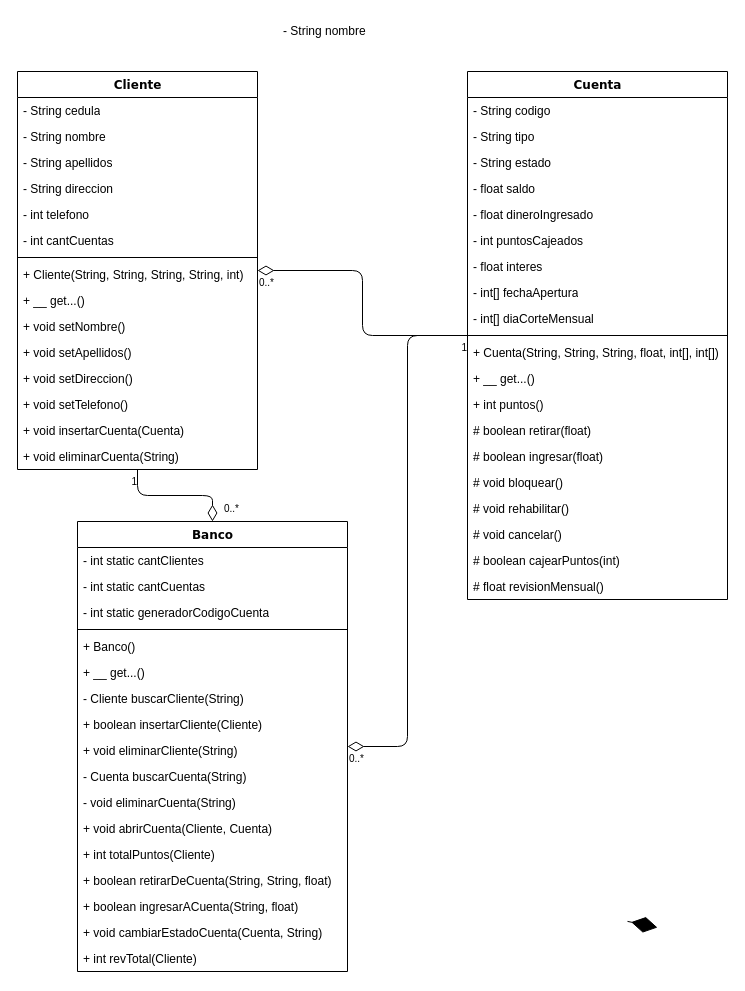
Above: TareaUno/diagrama.drawio in 20170945/ST-ISC-212 (draw.io), before the change. Source tidied: cells renumbered, new cells numbered last; positions are measured from the earlier drawing's top-left corner, leaving out a move shared by most shapes. Both pictures are drawn from the tidied source at 100%, with x=0, y=0 at pixel (17, 17).
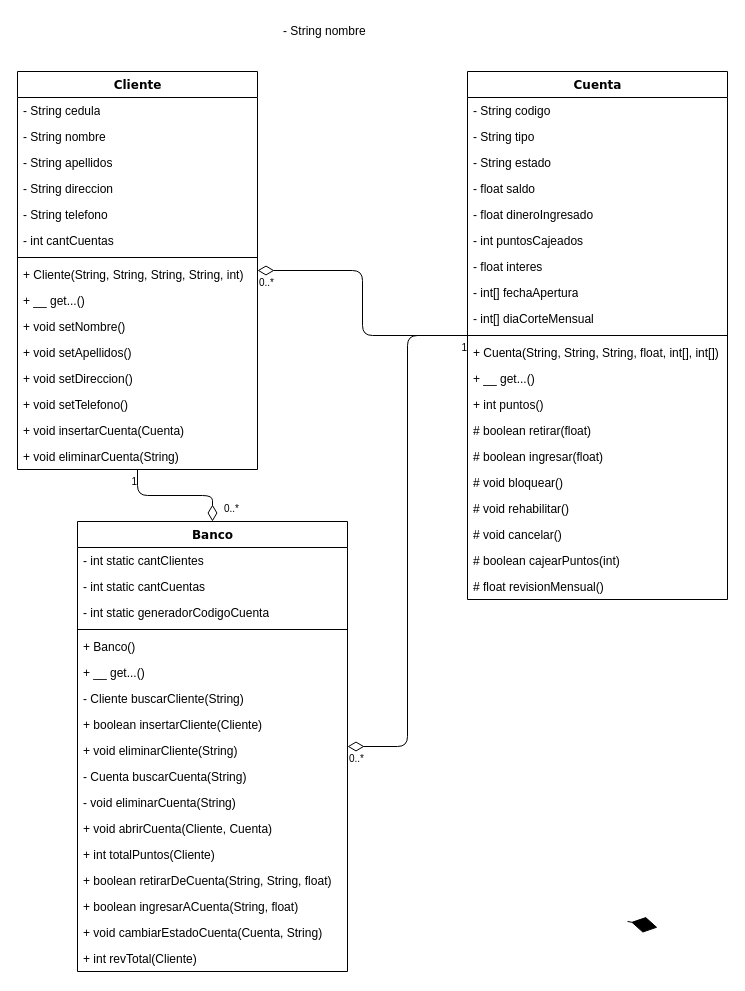
The same diagram, later.

Unchanged cells that the change refers to:
```xml
<mxCell id="2" value="Cliente&lt;br&gt;" style="swimlane;html=1;fontStyle=1;align=center;verticalAlign=top;horizontal=1;startSize=26;swimlaneFillColor=#ffffff;rounded=0;shadow=0;comic=0;labelBackgroundColor=none;strokeColor=#000000;strokeWidth=1;fillColor=none;fontFamily=Verdana;fontSize=12;fontColor=#000000;" parent="1" vertex="1">
  <mxGeometry y="54" width="240" height="398" as="geometry" />
</mxCell>
```

The edit, as a diff of the source:
```diff
@@
-    <mxCell id="7" value="- int telefono" style="text;html=1;strokeColor=none;fillColor=none;align=left;verticalAlign=top;spacingLeft=4;spacingRight=4;whiteSpace=wrap;overflow=hidden;" parent="2" vertex="1">
+    <mxCell id="7" value="- String telefono" style="text;html=1;strokeColor=none;fillColor=none;align=left;verticalAlign=top;spacingLeft=4;spacingRight=4;whiteSpace=wrap;overflow=hidden;" parent="2" vertex="1">
       <mxGeometry y="130" width="240" height="26" as="geometry" />
     </mxCell>
```
